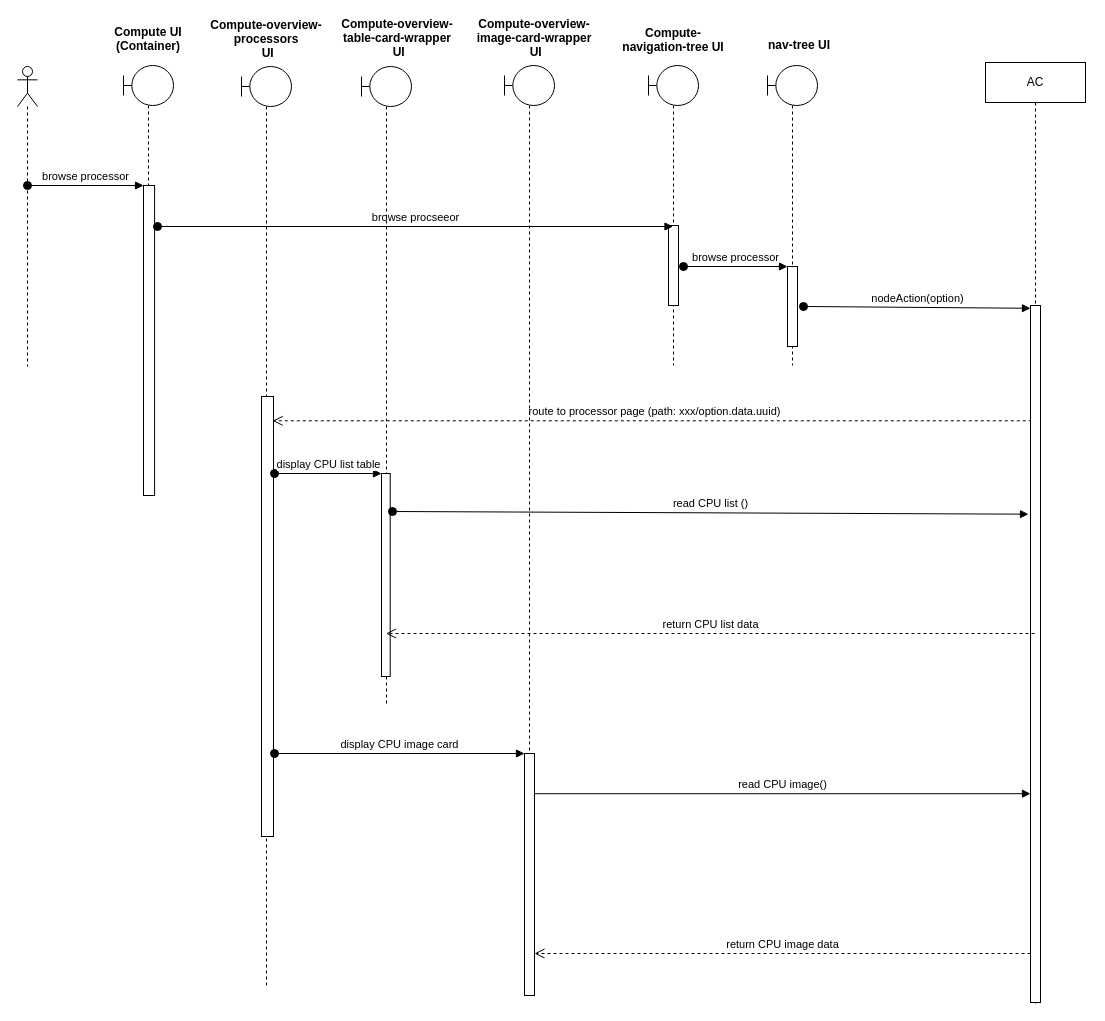
This is page "compute/overview/processor/seq-diagram with code review / UI" (43 of 45) of Untitled Diagram.drawio from hsiaofung/UML, a draw.io file, before an edit. Source tidied: cells renumbered, new cells numbered last; positions are measured from the earlier drawing's top-left corner, leaving out a move shared by most shapes. Both pictures are drawn from the tidied source at 100%, with x=0, y=0 at pixel (17, 25).
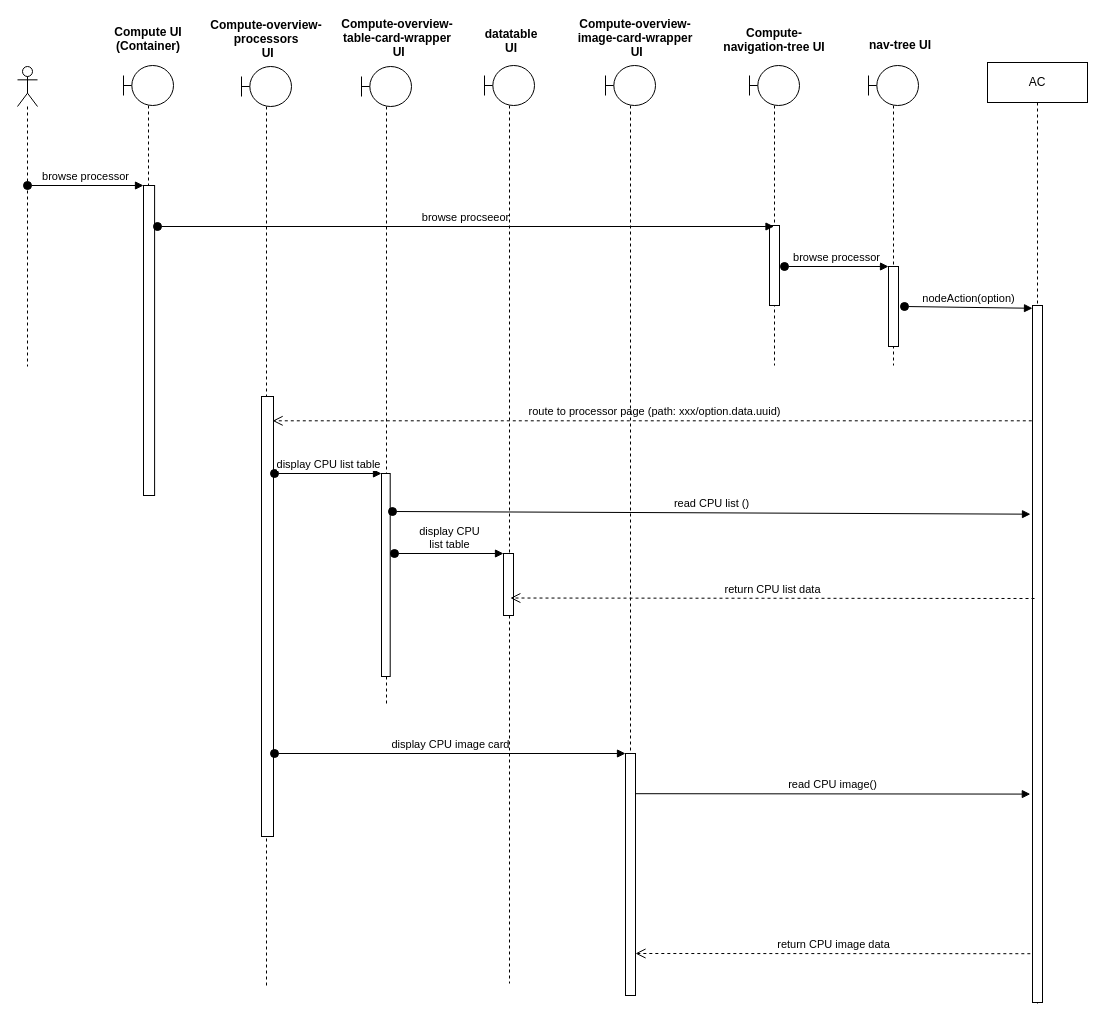
The same page after the edit.

The change refers to these unchanged cells:
```xml
<mxCell id="11" style="html=1;points=[];perimeter=orthogonalPerimeter;" parent="10" vertex="1">
  <mxGeometry x="20" y="201" width="10" height="80" as="geometry" />
</mxCell>
<mxCell id="20" style="shape=umlLifeline;participant=umlBoundary;perimeter=lifelinePerimeter;whiteSpace=wrap;html=1;verticalAlign=top;spacingTop=36;outlineConnect=0;" parent="1" vertex="1">
  <mxGeometry x="344" y="41" width="50" height="640" as="geometry" />
</mxCell>
<mxCell id="32" style="html=1;points=[];perimeter=orthogonalPerimeter;" parent="31" vertex="1">
  <mxGeometry x="45" y="243" width="10" height="697" as="geometry" />
</mxCell>
```

What changed in the source:
```diff
@@
     <mxCell id="7" style="shape=umlLifeline;participant=umlBoundary;perimeter=lifelinePerimeter;whiteSpace=wrap;html=1;verticalAlign=top;spacingTop=36;outlineConnect=0;" parent="1" vertex="1">
-      <mxGeometry x="631" y="40" width="50" height="300" as="geometry" />
+      <mxGeometry x="732" y="40" width="50" height="300" as="geometry" />
     </mxCell>
@@
     <mxCell id="9" value="nav-tree UI" style="text;align=center;fontStyle=1;verticalAlign=middle;spacingLeft=3;spacingRight=3;strokeColor=none;" parent="1" vertex="1">
-      <mxGeometry x="742" y="6" width="80" height="26" as="geometry" />
+      <mxGeometry x="843" y="6" width="80" height="26" as="geometry" />
     </mxCell>
     <mxCell id="10" style="shape=umlLifeline;participant=umlBoundary;perimeter=lifelinePerimeter;whiteSpace=wrap;html=1;verticalAlign=top;spacingTop=36;" parent="1" vertex="1">
-      <mxGeometry x="750" y="40" width="50" height="300" as="geometry" />
+      <mxGeometry x="851" y="40" width="50" height="300" as="geometry" />
     </mxCell>
@@
     <mxCell id="12" value="Compute-&#10;navigation-tree UI" style="text;align=center;fontStyle=1;verticalAlign=middle;spacingLeft=3;spacingRight=3;strokeColor=none;" parent="1" vertex="1">
-      <mxGeometry x="616" y="1" width="80" height="26" as="geometry" />
+      <mxGeometry x="717" y="1" width="80" height="26" as="geometry" />
     </mxCell>
@@
     <mxCell id="14" value="browse processor" style="html=1;verticalAlign=bottom;startArrow=oval;endArrow=block;startSize=8;rounded=0;" parent="1" edge="1" target="11">
       <mxGeometry relative="1" as="geometry">
-        <mxPoint x="666" y="241" as="sourcePoint" />
+        <mxPoint x="767" y="241" as="sourcePoint" />
       </mxGeometry>
     </mxCell>
     <mxCell id="15" value="nodeAction(option)" style="html=1;verticalAlign=bottom;startArrow=oval;endArrow=block;startSize=8;rounded=0;entryX=0;entryY=0.004;entryDx=0;entryDy=0;entryPerimeter=0;" parent="1" edge="1" target="32">
       <mxGeometry relative="1" as="geometry">
-        <mxPoint x="786" y="281" as="sourcePoint" />
+        <mxPoint x="887" y="281" as="sourcePoint" />
       </mxGeometry>
     </mxCell>
@@
     <mxCell id="25" style="shape=umlLifeline;participant=umlBoundary;perimeter=lifelinePerimeter;whiteSpace=wrap;html=1;verticalAlign=top;spacingTop=36;" parent="1" vertex="1">
-      <mxGeometry x="487" y="40" width="50" height="930" as="geometry" />
+      <mxGeometry x="588" y="40" width="50" height="930" as="geometry" />
     </mxCell>
@@
     <mxCell id="27" value="Compute-overview-&#10;image-card-wrapper&#10; UI&#10;" style="text;align=center;fontStyle=1;verticalAlign=middle;spacingLeft=3;spacingRight=3;strokeColor=none;" parent="1" vertex="1">
-      <mxGeometry x="477" y="6" width="80" height="26" as="geometry" />
+      <mxGeometry x="578" y="6" width="80" height="26" as="geometry" />
     </mxCell>
@@
-    <mxCell id="29" value="read CPU image()" style="html=1;verticalAlign=bottom;endArrow=block;entryX=0.39;entryY=0.777;rounded=0;entryDx=0;entryDy=0;entryPerimeter=0;" parent="1" edge="1">
+    <mxCell id="29" value="read CPU image()" style="html=1;verticalAlign=bottom;endArrow=block;entryX=-0.217;entryY=0.701;rounded=0;entryDx=0;entryDy=0;entryPerimeter=0;" parent="1" edge="1" target="32">
       <mxGeometry relative="1" as="geometry">
-        <mxPoint x="517.3" y="768.2" as="sourcePoint" />
-        <mxPoint x="1013" y="768.2" as="targetPoint" />
+        <mxPoint x="618.3" y="768.2" as="sourcePoint" />
       </mxGeometry>
     </mxCell>
-    <mxCell id="30" value="return CPU image data" style="html=1;verticalAlign=bottom;endArrow=open;dashed=1;endSize=8;rounded=0;" parent="1" edge="1">
+    <mxCell id="30" value="return CPU image data" style="html=1;verticalAlign=bottom;endArrow=open;dashed=1;endSize=8;rounded=0;exitX=-0.217;exitY=0.93;exitDx=0;exitDy=0;exitPerimeter=0;" parent="1" edge="1" source="32">
       <mxGeometry relative="1" as="geometry">
-        <mxPoint x="1013" y="928" as="sourcePoint" />
-        <mxPoint x="517" y="928" as="targetPoint" />
+        <mxPoint x="618" y="928" as="targetPoint" />
       </mxGeometry>
     </mxCell>
     <mxCell id="31" value="AC" style="shape=umlLifeline;perimeter=lifelinePerimeter;whiteSpace=wrap;html=1;outlineConnect=0;" parent="1" vertex="1">
-      <mxGeometry x="968" y="37" width="100" height="941" as="geometry" />
+      <mxGeometry x="970" y="37" width="100" height="941" as="geometry" />
     </mxCell>
@@
+    <mxCell id="34" style="shape=umlLifeline;participant=umlBoundary;perimeter=lifelinePerimeter;whiteSpace=wrap;html=1;verticalAlign=top;spacingTop=36;" parent="1" vertex="1">
+      <mxGeometry x="467" y="40" width="50" height="918" as="geometry" />
+    </mxCell>
+    <mxCell id="35" style="html=1;points=[];perimeter=orthogonalPerimeter;" parent="34" vertex="1">
+      <mxGeometry x="19" y="488" width="10" height="62" as="geometry" />
+    </mxCell>
+    <mxCell id="36" value="datatable &#10;UI" style="text;align=center;fontStyle=1;verticalAlign=middle;spacingLeft=3;spacingRight=3;strokeColor=none;" parent="1" vertex="1">
+      <mxGeometry x="454" y="2" width="80" height="26" as="geometry" />
+    </mxCell>
+    <mxCell id="37" value="display CPU &lt;br&gt;list table" style="html=1;verticalAlign=bottom;startArrow=oval;endArrow=block;startSize=8;rounded=0;" parent="1" edge="1" target="35">
+      <mxGeometry relative="1" as="geometry">
+        <mxPoint x="377" y="528" as="sourcePoint" />
+      </mxGeometry>
+    </mxCell>
-    <mxCell id="33" value="return CPU list data" style="html=1;verticalAlign=bottom;endArrow=open;dashed=1;endSize=8;rounded=0;" parent="1" edge="1" target="20">
+    <mxCell id="33" value="return CPU list data" style="html=1;verticalAlign=bottom;endArrow=open;dashed=1;endSize=8;rounded=0;entryX=0.683;entryY=0.718;entryDx=0;entryDy=0;entryPerimeter=0;" parent="1" edge="1" target="35">
       <mxGeometry relative="1" as="geometry">
-        <mxPoint x="1017" y="608" as="sourcePoint" />
+        <mxPoint x="1017" y="573" as="sourcePoint" />
       </mxGeometry>
     </mxCell>
```
